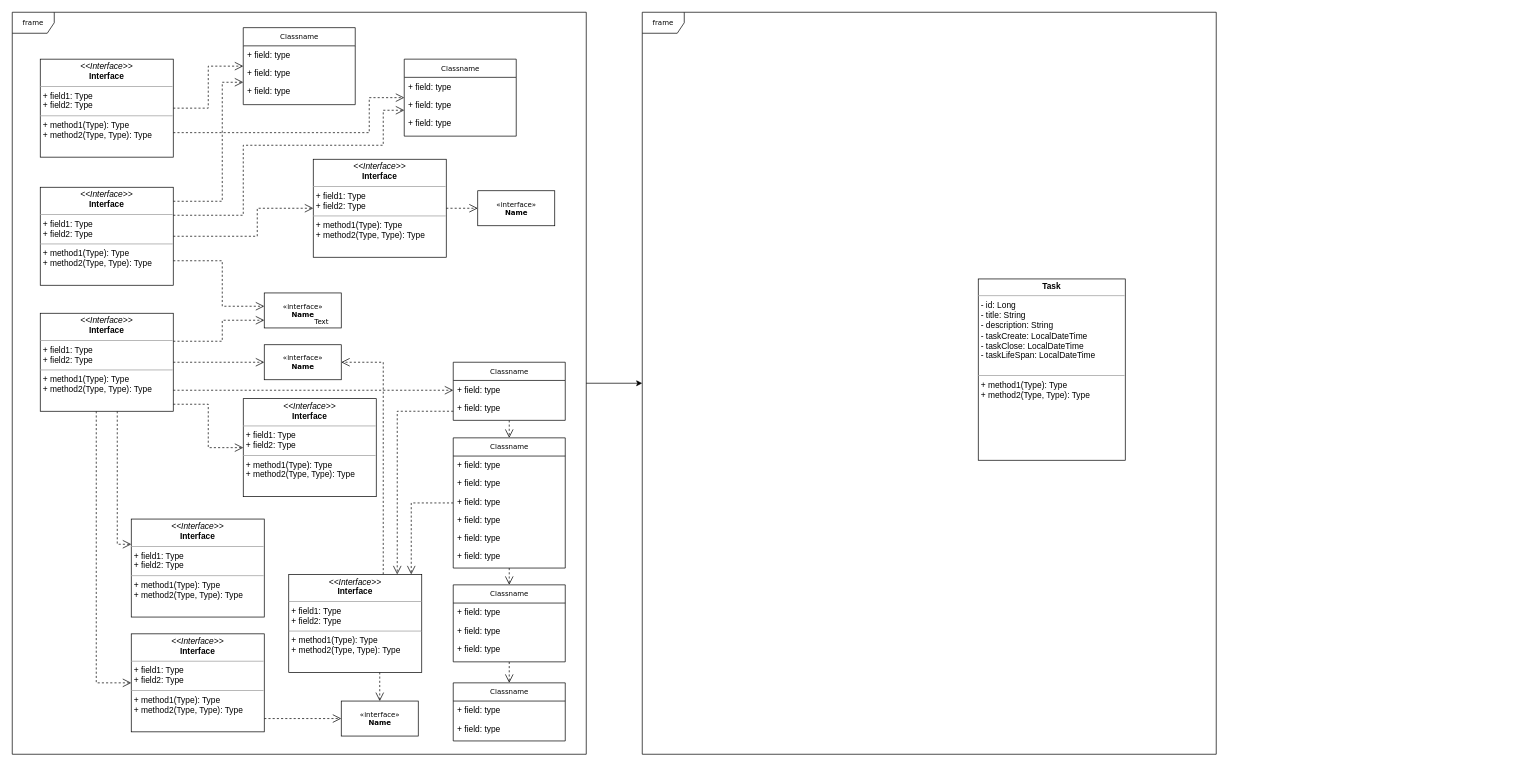
Before: about/Untitled Diagram.drawio in AntonyGlim/tomotime, a draw.io diagram. Source tidied: cells renumbered, new cells numbered last; positions are measured from the earlier drawing's top-left corner, leaving out a move shared by most shapes. Both pictures are drawn from the tidied source at 70%, with x=0, y=0 at pixel (12, 12).
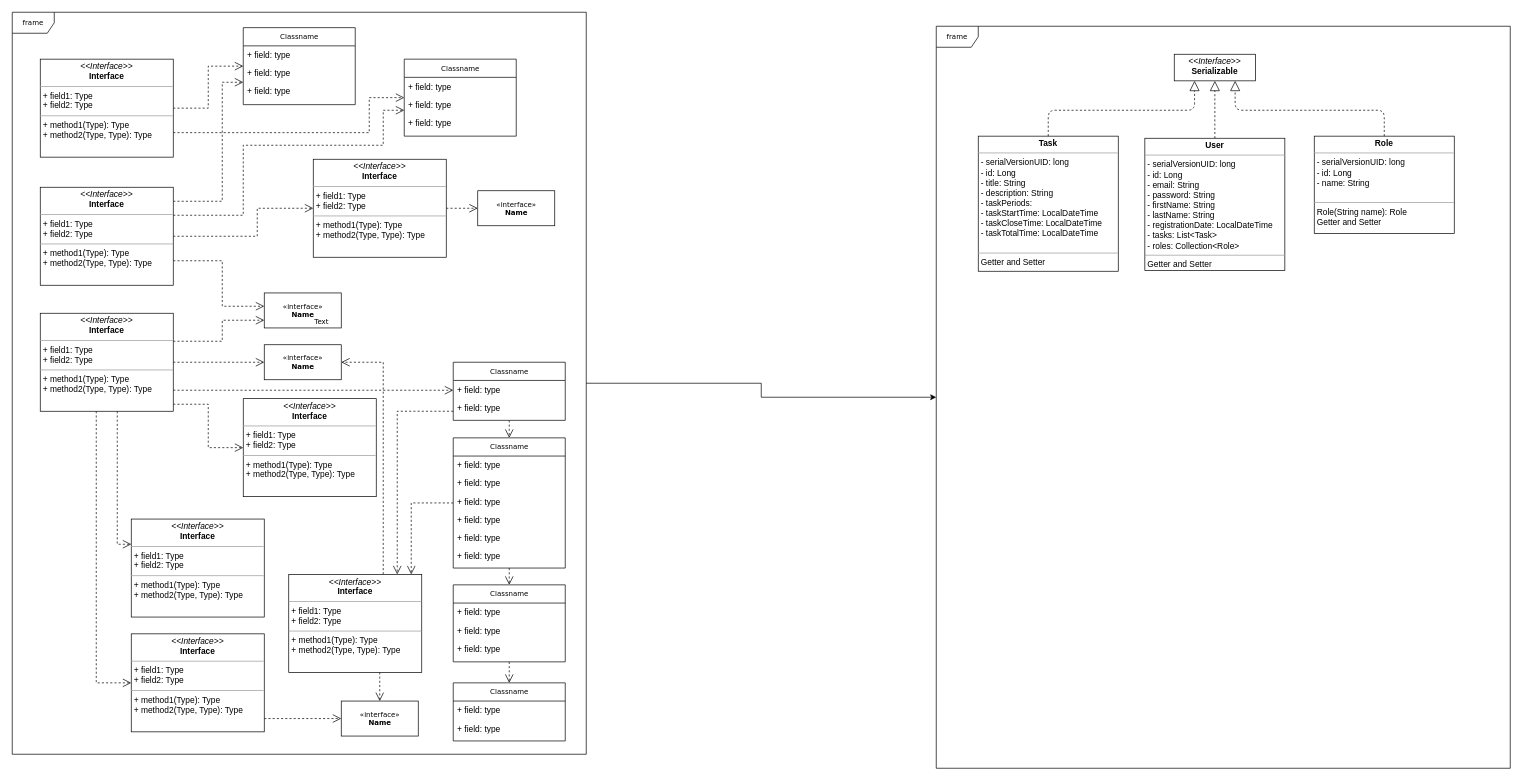
Above is the later version.

Diff of the diagram source:
```diff
@@
     <mxCell id="4" value="frame" style="shape=umlFrame;whiteSpace=wrap;html=1;rounded=0;shadow=0;comic=0;labelBackgroundColor=none;strokeWidth=1;fontFamily=Verdana;fontSize=10;align=center;" parent="1" vertex="1">
-      <mxGeometry x="900" width="820" height="1060" as="geometry" />
+      <mxGeometry x="1320" y="20" width="820" height="1060" as="geometry" />
     </mxCell>
@@
-    <mxCell id="64" value="&lt;p style=&quot;margin: 0px ; margin-top: 4px ; text-align: center&quot;&gt;&lt;b&gt;Task&lt;/b&gt;&lt;/p&gt;&lt;hr size=&quot;1&quot;&gt;&lt;p style=&quot;margin: 0px ; margin-left: 4px&quot;&gt;- id: Long&lt;br&gt;- title: String&lt;/p&gt;&lt;p style=&quot;margin: 0px ; margin-left: 4px&quot;&gt;- description: String&lt;br&gt;&lt;/p&gt;&lt;p style=&quot;margin: 0px ; margin-left: 4px&quot;&gt;-&amp;nbsp;taskCreate:&amp;nbsp;LocalDateTime&lt;/p&gt;&lt;p style=&quot;margin: 0px ; margin-left: 4px&quot;&gt;-&amp;nbsp;taskClose:&amp;nbsp;LocalDateTime&lt;br&gt;&lt;/p&gt;&lt;p style=&quot;margin: 0px ; margin-left: 4px&quot;&gt;- taskLifeSpan:&amp;nbsp;LocalDateTime&lt;/p&gt;&lt;p style=&quot;margin: 0px ; margin-left: 4px&quot;&gt;&lt;br&gt;&lt;/p&gt;&lt;hr size=&quot;1&quot;&gt;&lt;p style=&quot;margin: 0px ; margin-left: 4px&quot;&gt;+ method1(Type): Type&lt;br&gt;+ method2(Type, Type): Type&lt;/p&gt;" style="verticalAlign=top;align=left;overflow=fill;fontSize=12;fontFamily=Helvetica;html=1;rounded=0;shadow=0;comic=0;labelBackgroundColor=none;strokeWidth=1;" parent="1" vertex="1">
-      <mxGeometry x="1380" y="381" width="210" height="259" as="geometry" />
+    <mxCell id="64" value="&lt;p style=&quot;margin: 0px ; margin-top: 4px ; text-align: center&quot;&gt;&lt;b&gt;Task&lt;/b&gt;&lt;/p&gt;&lt;hr size=&quot;1&quot;&gt;&lt;p style=&quot;margin: 0px ; margin-left: 4px&quot;&gt;-&amp;nbsp;serialVersionUID: long&lt;br&gt;&lt;/p&gt;&lt;p style=&quot;margin: 0px ; margin-left: 4px&quot;&gt;- id: Long&lt;br&gt;- title: String&lt;/p&gt;&lt;p style=&quot;margin: 0px ; margin-left: 4px&quot;&gt;- description: String&lt;br&gt;&lt;/p&gt;&lt;p style=&quot;margin: 0px ; margin-left: 4px&quot;&gt;- taskPeriods:&amp;nbsp;&lt;/p&gt;&lt;p style=&quot;margin: 0px ; margin-left: 4px&quot;&gt;- taskStartTime:&amp;nbsp;LocalDateTime&lt;/p&gt;&lt;p style=&quot;margin: 0px 0px 0px 4px&quot;&gt;-&amp;nbsp;taskCloseTime:&amp;nbsp;LocalDateTime&lt;br&gt;&lt;/p&gt;&lt;p style=&quot;margin: 0px 0px 0px 4px&quot;&gt;- taskTotalTime:&amp;nbsp;LocalDateTime&lt;/p&gt;&lt;p style=&quot;margin: 0px ; margin-left: 4px&quot;&gt;&lt;br&gt;&lt;/p&gt;&lt;hr size=&quot;1&quot;&gt;&lt;p style=&quot;margin: 0px ; margin-left: 4px&quot;&gt;Getter and Setter&lt;br&gt;&lt;/p&gt;" style="verticalAlign=top;align=left;overflow=fill;fontSize=12;fontFamily=Helvetica;html=1;rounded=0;shadow=0;comic=0;labelBackgroundColor=none;strokeWidth=1;" parent="1" vertex="1">
+      <mxGeometry x="1380" y="177" width="200" height="193" as="geometry" />
     </mxCell>
+    <mxCell id="65" value="&lt;p style=&quot;margin: 0px ; margin-top: 4px ; text-align: center&quot;&gt;&lt;b&gt;User&lt;/b&gt;&lt;/p&gt;&lt;hr size=&quot;1&quot;&gt;&lt;p style=&quot;margin: 0px ; margin-left: 4px&quot;&gt;-&amp;nbsp;serialVersionUID: long&lt;/p&gt;&lt;p style=&quot;margin: 0px ; margin-left: 4px&quot;&gt;- id: Long&lt;br&gt;- email: String&lt;/p&gt;&lt;p style=&quot;margin: 0px ; margin-left: 4px&quot;&gt;- password: String&lt;br&gt;&lt;/p&gt;&lt;p style=&quot;margin: 0px ; margin-left: 4px&quot;&gt;- firstName:&amp;nbsp;String&lt;/p&gt;&lt;p style=&quot;margin: 0px ; margin-left: 4px&quot;&gt;- lastName: String&lt;br&gt;&lt;/p&gt;&lt;p style=&quot;margin: 0px ; margin-left: 4px&quot;&gt;-&amp;nbsp;registrationDate:&amp;nbsp;LocalDateTime&lt;/p&gt;&lt;p style=&quot;margin: 0px ; margin-left: 4px&quot;&gt;-&amp;nbsp;tasks:&amp;nbsp;List&amp;lt;Task&amp;gt;&lt;/p&gt;&lt;p style=&quot;margin: 0px ; margin-left: 4px&quot;&gt;-&amp;nbsp;roles:&amp;nbsp;Collection&amp;lt;Role&amp;gt;&amp;nbsp;&lt;/p&gt;&lt;hr size=&quot;1&quot;&gt;&lt;p style=&quot;margin: 0px ; margin-left: 4px&quot;&gt;Getter and Setter&lt;/p&gt;" style="verticalAlign=top;align=left;overflow=fill;fontSize=12;fontFamily=Helvetica;html=1;rounded=0;shadow=0;comic=0;labelBackgroundColor=none;strokeWidth=1;" parent="1" vertex="1">
+      <mxGeometry x="1618" y="180" width="200" height="189" as="geometry" />
+    </mxCell>
+    <mxCell id="66" value="&lt;p style=&quot;margin: 0px ; margin-top: 4px ; text-align: center&quot;&gt;&lt;b&gt;Role&lt;/b&gt;&lt;/p&gt;&lt;hr size=&quot;1&quot;&gt;&lt;p style=&quot;margin: 0px ; margin-left: 4px&quot;&gt;-&amp;nbsp;serialVersionUID: long&lt;br&gt;&lt;/p&gt;&lt;p style=&quot;margin: 0px ; margin-left: 4px&quot;&gt;- id: Long&lt;br&gt;- name: String&lt;/p&gt;&lt;p style=&quot;margin: 0px ; margin-left: 4px&quot;&gt;&lt;br&gt;&lt;/p&gt;&lt;hr size=&quot;1&quot;&gt;&lt;p style=&quot;margin: 0px ; margin-left: 4px&quot;&gt;Role(String name): Role&lt;/p&gt;&lt;p style=&quot;margin: 0px ; margin-left: 4px&quot;&gt;Getter and Setter&lt;br&gt;&lt;/p&gt;" style="verticalAlign=top;align=left;overflow=fill;fontSize=12;fontFamily=Helvetica;html=1;rounded=0;shadow=0;comic=0;labelBackgroundColor=none;strokeWidth=1;" parent="1" vertex="1">
+      <mxGeometry x="1860" y="177" width="200" height="139" as="geometry" />
+    </mxCell>
+    <mxCell id="67" value="&lt;p style=&quot;margin: 0px ; margin-top: 4px ; text-align: center&quot;&gt;&lt;i&gt;&amp;lt;&amp;lt;Interface&amp;gt;&amp;gt;&lt;/i&gt;&lt;br&gt;&lt;b&gt;Serializable&lt;/b&gt;&lt;br&gt;&lt;/p&gt;&lt;p style=&quot;margin: 0px ; margin-left: 4px&quot;&gt;&lt;br&gt;&lt;/p&gt;" style="verticalAlign=top;align=left;overflow=fill;fontSize=12;fontFamily=Helvetica;html=1;rounded=0;shadow=0;comic=0;labelBackgroundColor=none;strokeWidth=1;" parent="1" vertex="1">
+      <mxGeometry x="1660" y="60" width="116" height="38" as="geometry" />
+    </mxCell>
+    <mxCell id="68" style="endArrow=block;dashed=1;endFill=0;endSize=12;html=1;entryX=0.5;entryY=1;entryDx=0;entryDy=0;exitX=0.5;exitY=0;exitDx=0;exitDy=0;" parent="1" edge="1" source="65" target="67">
+      <mxGeometry relative="1" as="geometry" />
+    </mxCell>
+    <mxCell id="69" style="endArrow=block;dashed=1;endFill=0;endSize=12;html=1;entryX=0.25;entryY=1;entryDx=0;entryDy=0;exitX=0.5;exitY=0;exitDx=0;exitDy=0;" parent="1" edge="1" source="64" target="67">
+      <mxGeometry relative="1" as="geometry">
+        <Array as="points">
+          <mxPoint x="1480" y="140" />
+          <mxPoint x="1689" y="140" />
+        </Array>
+      </mxGeometry>
+    </mxCell>
+    <mxCell id="70" style="endArrow=block;dashed=1;endFill=0;endSize=12;html=1;entryX=0.75;entryY=1;entryDx=0;entryDy=0;exitX=0.5;exitY=0;exitDx=0;exitDy=0;" parent="1" edge="1" source="66" target="67">
+      <mxGeometry relative="1" as="geometry">
+        <Array as="points">
+          <mxPoint x="1960" y="140" />
+          <mxPoint x="1747" y="140" />
+        </Array>
+      </mxGeometry>
+    </mxCell>
```
